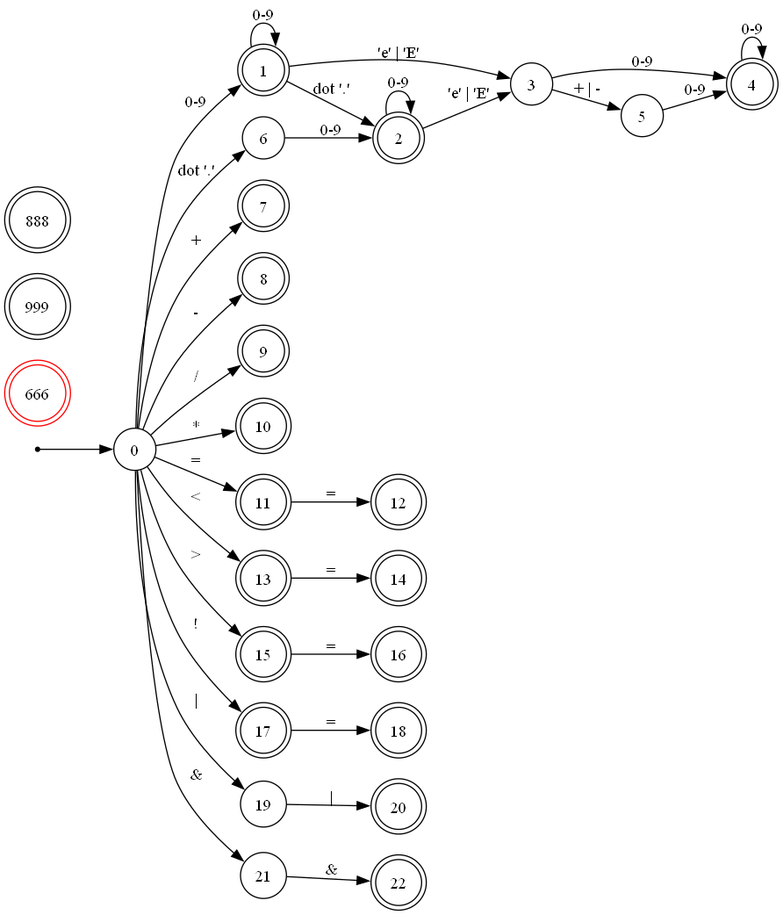
The Graphviz diagram Graph/graph.png in HHHMGK/VC_scanner_parser, before a commit. Its source is kept beside it as Graph/graph.dot. The source it was exported from:
```dot
/* keywords = [
    "boolean",
    "break",
    "continue",
    "else",
    "for",
    "float",
    "if",
    "int",
    "return",
    "void",
    "while"
]
*/
digraph G {
    rankdir = LR;
    splines = true;

    node [shape = point];
    start;
    node [shape = circle];
    start_state [label = "0"]; // STATE 0

    start -> start_state;
    node [shape = doublecircle; color = red];
    state_error [label = "666"]; // STATE Error

    node [shape = doublecircle; color = black];
    state_identifier [label = "999"]; // Identifier.
    state_eof [label = "888"]; // STATE End Of File.

    {
        state_integer [label = "1"]; // STATE 1
        start_state -> state_integer [label = "0-9"];
        state_integer -> state_integer [label = "0-9"];
        state_float_1 [label = "2"]; // STATE 2
        state_integer -> state_float_1 [label = "dot '.'"];
        state_float_1 -> state_float_1 [label = "0-9"];
        state_E_e_after_int [label = "3" shape = "circle"]; // STATE 3
        state_integer -> state_E_e_after_int [label = "'e' | 'E'"];
        state_float_2 [label = "4"]; // STATE 4
        state_E_e_after_int -> state_float_2 [label = "0-9"];
        state_float_2 -> state_float_2 [label = "0-9"];
        state_float_1 -> state_E_e_after_int [label = "'e' | 'E'"];
        state_sign_after_E_e [label = "5" shape = "circle"]; // STATE 5
        state_E_e_after_int -> state_sign_after_E_e [label = "+ | -"];
        state_sign_after_E_e -> state_float_2 [label = "0-9"];
        state_dot [label = "6" shape = "circle"]; // STATE 6
        start_state -> state_dot [label = "dot '.'"];
        state_dot -> state_float_1 [label = "0-9"];
    }

    {
        state_plus [label = "7"]; // STATE 7
        start_state -> state_plus [label = "+"];
        state_minus [label = "8"]; // STATE 8
        start_state -> state_minus [label = "-"];
        state_division [label = "9"]; // STATE 9
        start_state -> state_division [label = "/"];
        state_multiply [label = "10"]; // STATE 10
        start_state -> state_multiply [label = "*"];
        state_equal [label = "11"]; // STATE 11
        start_state -> state_equal [label = "="];
        state_compare [label = "12"]; // STATE 12
        state_equal -> state_compare [label = "="];
        state_less_than [label = "13"]; // STATE 13
        start_state -> state_less_than [label = "<"];
        state_less_than_equal [label = "14"]; // STATE 14
        state_less_than -> state_less_than_equal [label = "="];
        state_greater_than [label = "15"]; // STATE 15
        start_state -> state_greater_than [label = ">"];
        state_greater_than_equal [label = "16"]; // STATE 16
        state_greater_than -> state_greater_than_equal [label = "="];
        state_logical_not [label = "17"]; // STATE 17
        start_state -> state_logical_not [label = "!"];
        state_not_equal [label = "18"]; // STATE 18
        state_logical_not -> state_not_equal [label = "="];
        state_OR_1 [label = "19" shape = "circle"]; // STATE 19
        start_state -> state_OR_1 [label = "|"];
        state_OR_2 [label = "20"]; // STATE 20
        state_OR_1 -> state_OR_2 [label = "|"];
        state_AND_1 [label = "21" shape = "circle"]; // STATE 21
        start_state -> state_AND_1 [label = "&"];
        state_AND_2 [label = "22"]; // STATE 22
        state_AND_1 -> state_AND_2 [label = "&"];
    }

    {
        state_open_bracket_1 [label = "23"]; // STATE 23
        start_state
    }
}
```
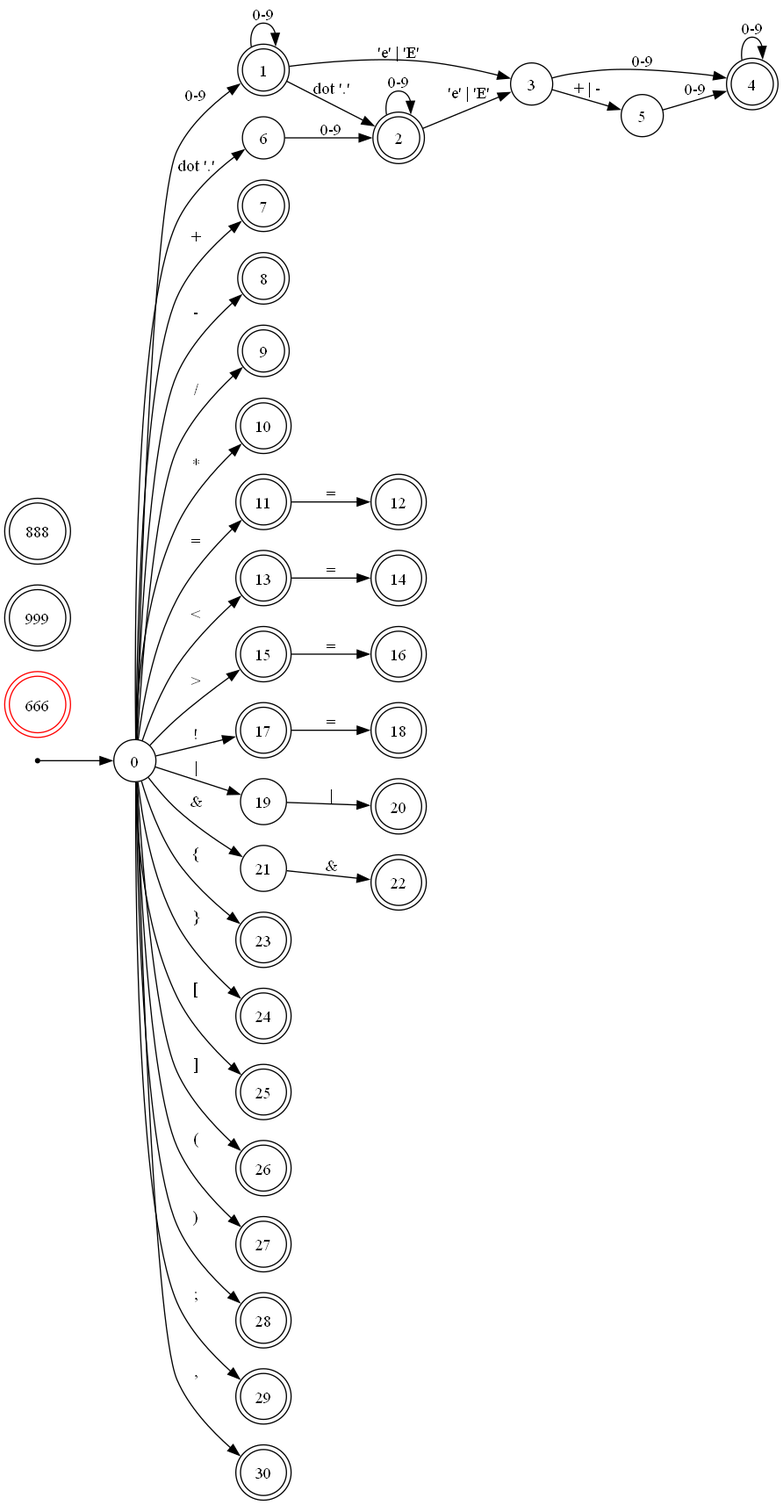
The same file after the commit.

Commit message:
add graph for separators

What changed in the source:
```diff
@@ -87,6 +87,20 @@
 
     {
         state_open_bracket_1 [label = "23"]; // STATE 23
-        start_state
+        start_state -> state_open_bracket_1 [label = "{"];
+        state_close_bracket_1 [label = "24"]; // STATE 24
+        start_state -> state_close_bracket_1 [label = "}"];
+        state_open_bracket_2 [label = "25"]; // STATE 25
+        start_state -> state_open_bracket_2 [label = "["];
+        state_close_bracket_2 [label = "26"]; // STATE 26
+        start_state -> state_close_bracket_2 [label = "]"];
+        state_open_bracket_3 [label = "27"]; // STATE 27
+        start_state -> state_open_bracket_3 [label = "("];
+        state_close_bracket_3 [label = "28"]; // STATE 28
+        start_state -> state_close_bracket_3 [label = ")"];
+        state_semicolon [label = "29"]; // STATE 29
+        start_state -> state_semicolon [label = ";"];
+        state_comma [label = "30"]; // STATE 30
+        start_state -> state_comma [label = ","];
     }
 }
```
